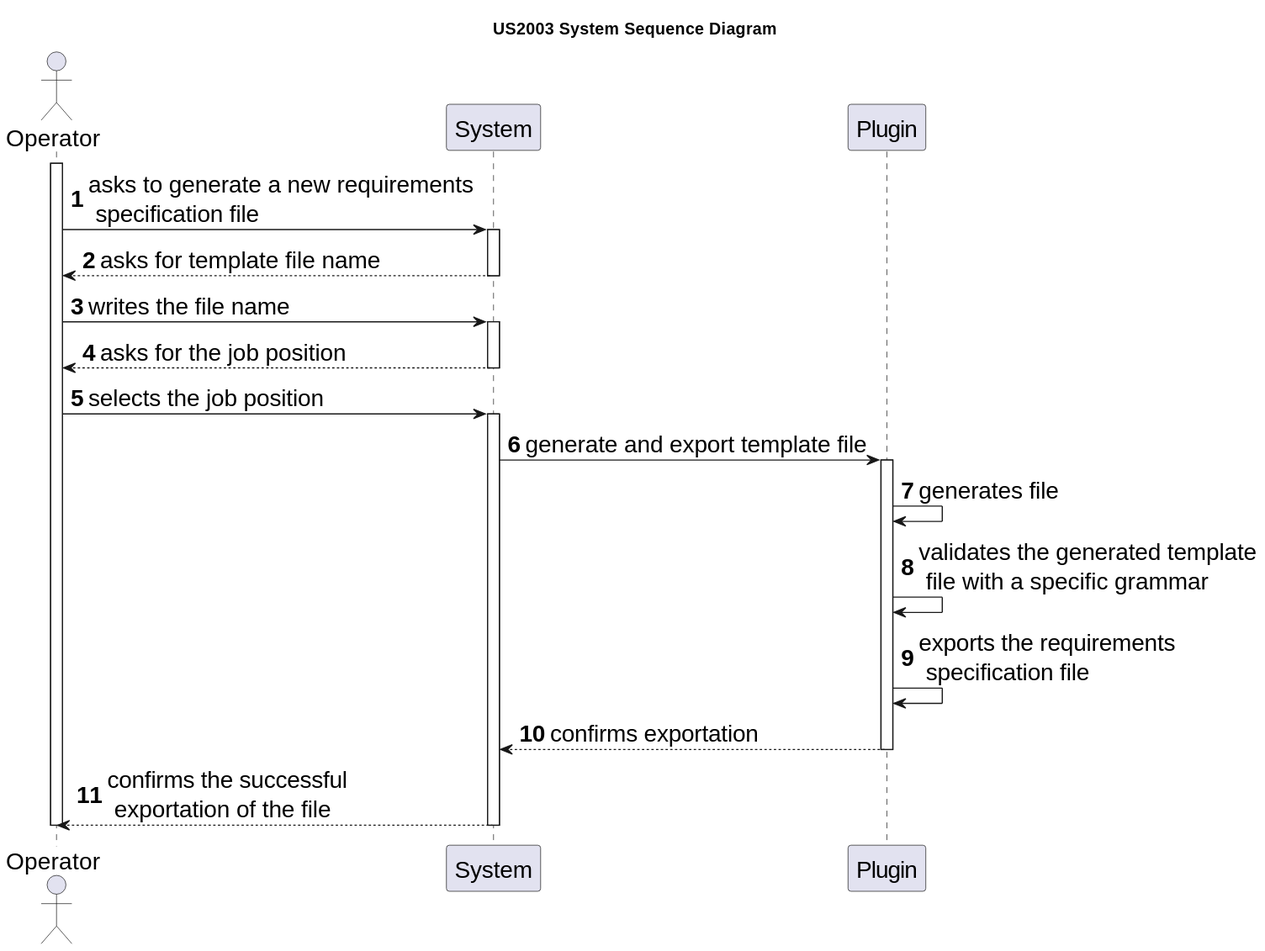
Before: docs/sb_us_2003/US2003_SSD/US2003_SSD.svg, a diagram exported from PlantUML (rita-barbosa/LAPR4-2324).
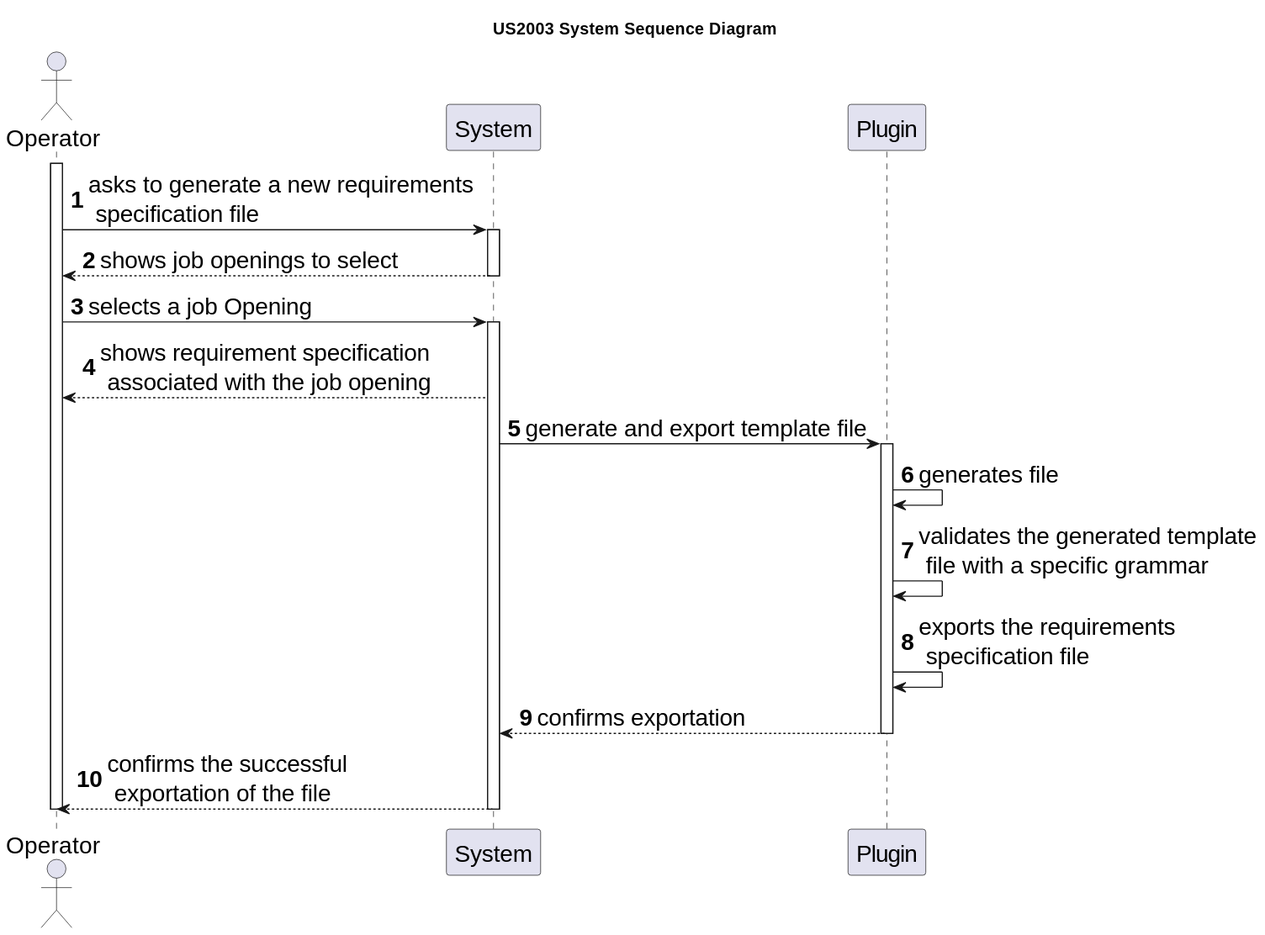
The same file after the commit.

Commit message:
docs: US2003 SSD tweak

[#103]

The edit, as a diff of the source:
```diff
@@ -14,17 +14,13 @@
 
 activate SYS
 
-    SYS --> OP : asks for template file name
+    SYS --> OP : shows job openings to select
 deactivate SYS
 
-OP -> SYS : writes the file name
+OP -> SYS : selects a job Opening
 activate SYS
 
-SYS --> OP : asks for the job position
-deactivate SYS
-
-OP -> SYS : selects the job position
-activate SYS
+SYS --> OP : shows requirement specification\n associated with the job opening
 
 SYS -> PLU : generate and export template file
 activate PLU
```
